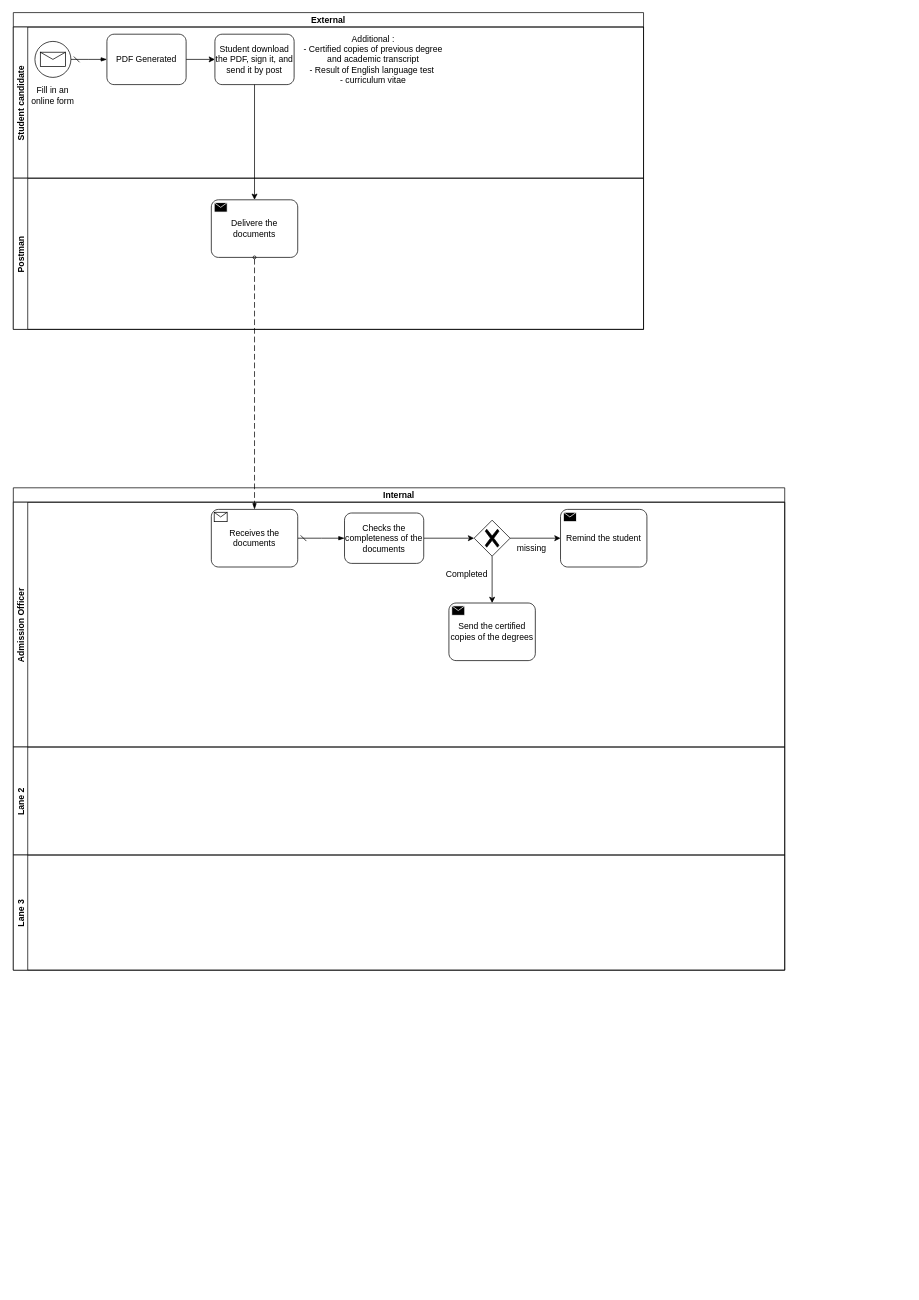
The draw.io diagram Untitled Diagram.drawio in FricoSimon/BPMN, before the edit. Source tidied: cells renumbered, new cells numbered last; positions are measured from the earlier drawing's top-left corner, leaving out a move shared by most shapes. Both pictures are drawn from the tidied source at 72%, with x=0, y=0 at pixel (13, 12).
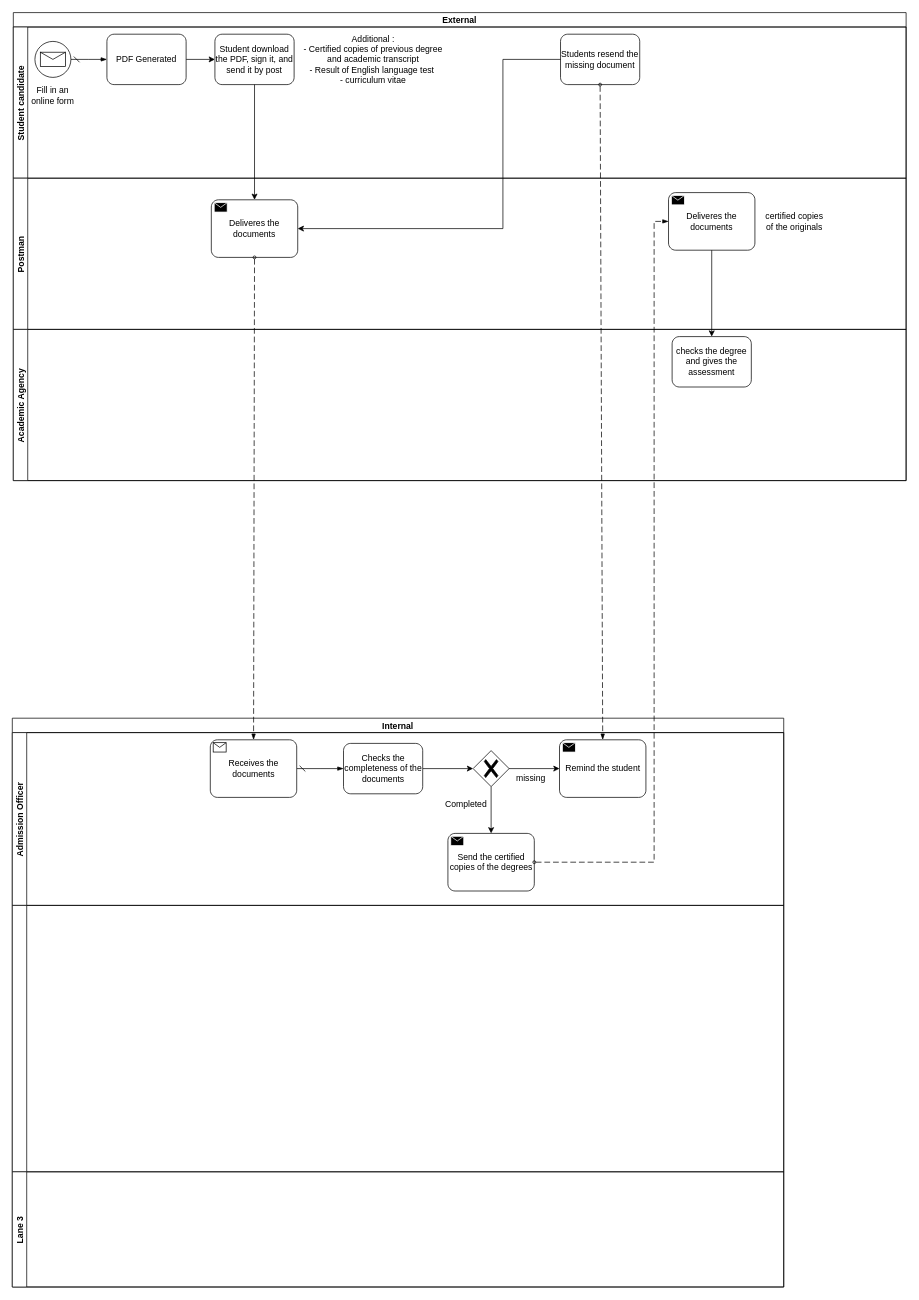
Above is the later version.

Unchanged cells that the change refers to:
```xml
<mxCell id="23" value="Send the certified copies of the degrees" style="points=[[0.25,0,0],[0.5,0,0],[0.75,0,0],[1,0.25,0],[1,0.5,0],[1,0.75,0],[0.75,1,0],[0.5,1,0],[0.25,1,0],[0,0.75,0],[0,0.5,0],[0,0.25,0]];shape=mxgraph.bpmn.task;whiteSpace=wrap;rectStyle=rounded;size=10;taskMarker=send;" parent="15" vertex="1">
  <mxGeometry x="605" y="140" width="120" height="80" as="geometry" />
</mxCell>
<mxCell id="25" value="Remind the student" style="points=[[0.25,0,0],[0.5,0,0],[0.75,0,0],[1,0.25,0],[1,0.5,0],[1,0.75,0],[0.75,1,0],[0.5,1,0],[0.25,1,0],[0,0.75,0],[0,0.5,0],[0,0.25,0]];shape=mxgraph.bpmn.task;whiteSpace=wrap;rectStyle=rounded;size=10;taskMarker=send;" parent="15" vertex="1">
  <mxGeometry x="760" y="10" width="120" height="80" as="geometry" />
</mxCell>
```

Change to the diagram source:
```diff
@@
     <mxCell id="2" value="External" style="swimlane;horizontal=1;startSize=20;" parent="1" vertex="1">
-      <mxGeometry width="875.3" height="440" as="geometry" />
+      <mxGeometry width="1240" height="650" as="geometry" />
     </mxCell>
     <mxCell id="3" value="Student candidate" style="swimlane;startSize=20;horizontal=0;" parent="2" vertex="1">
-      <mxGeometry y="20" width="875.3" height="210" as="geometry" />
+      <mxGeometry y="20" width="1240" height="210" as="geometry" />
     </mxCell>
@@
+    <mxCell id="30" value="Students resend the missing document" style="points=[[0.25,0,0],[0.5,0,0],[0.75,0,0],[1,0.25,0],[1,0.5,0],[1,0.75,0],[0.75,1,0],[0.5,1,0],[0.25,1,0],[0,0.75,0],[0,0.5,0],[0,0.25,0]];shape=mxgraph.bpmn.task;whiteSpace=wrap;rectStyle=rounded;size=10;taskMarker=abstract;" parent="3" vertex="1">
+      <mxGeometry x="760" y="10" width="110" height="70" as="geometry" />
+    </mxCell>
     <mxCell id="11" value="Postman" style="swimlane;startSize=20;horizontal=0;" parent="2" vertex="1">
-      <mxGeometry y="230" width="875.3" height="210" as="geometry" />
+      <mxGeometry y="230" width="1240" height="210" as="geometry" />
     </mxCell>
-    <mxCell id="12" value="Delivere the documents" style="points=[[0.25,0,0],[0.5,0,0],[0.75,0,0],[1,0.25,0],[1,0.5,0],[1,0.75,0],[0.75,1,0],[0.5,1,0],[0.25,1,0],[0,0.75,0],[0,0.5,0],[0,0.25,0]];shape=mxgraph.bpmn.task;whiteSpace=wrap;rectStyle=rounded;size=10;taskMarker=send;" parent="11" vertex="1">
+    <mxCell id="12" value="Deliveres the documents" style="points=[[0.25,0,0],[0.5,0,0],[0.75,0,0],[1,0.25,0],[1,0.5,0],[1,0.75,0],[0.75,1,0],[0.5,1,0],[0.25,1,0],[0,0.75,0],[0,0.5,0],[0,0.25,0]];shape=mxgraph.bpmn.task;whiteSpace=wrap;rectStyle=rounded;size=10;taskMarker=send;" parent="11" vertex="1">
       <mxGeometry x="275" y="30" width="120" height="80" as="geometry" />
     </mxCell>
+    <mxCell id="31" value="Deliveres the documents" style="points=[[0.25,0,0],[0.5,0,0],[0.75,0,0],[1,0.25,0],[1,0.5,0],[1,0.75,0],[0.75,1,0],[0.5,1,0],[0.25,1,0],[0,0.75,0],[0,0.5,0],[0,0.25,0]];shape=mxgraph.bpmn.task;whiteSpace=wrap;rectStyle=rounded;size=10;taskMarker=send;" parent="11" vertex="1">
+      <mxGeometry x="910" y="20" width="120" height="80" as="geometry" />
+    </mxCell>
+    <mxCell id="32" value="certified copies of the originals" style="text;html=1;strokeColor=none;fillColor=none;align=center;verticalAlign=middle;whiteSpace=wrap;rounded=0;" parent="11" vertex="1">
+      <mxGeometry x="1040" y="37.5" width="90" height="45" as="geometry" />
+    </mxCell>
+    <mxCell id="33" value="Academic Agency" style="swimlane;startSize=20;horizontal=0;" parent="2" vertex="1">
+      <mxGeometry y="440" width="1240" height="210" as="geometry" />
+    </mxCell>
+    <mxCell id="34" value="checks the degree and gives the assessment" style="points=[[0.25,0,0],[0.5,0,0],[0.75,0,0],[1,0.25,0],[1,0.5,0],[1,0.75,0],[0.75,1,0],[0.5,1,0],[0.25,1,0],[0,0.75,0],[0,0.5,0],[0,0.25,0]];shape=mxgraph.bpmn.task;whiteSpace=wrap;rectStyle=rounded;size=10;taskMarker=abstract;" parent="33" vertex="1">
+      <mxGeometry x="915" y="10" width="110" height="70" as="geometry" />
+    </mxCell>
@@
+    <mxCell id="35" style="edgeStyle=orthogonalEdgeStyle;rounded=0;jettySize=auto;html=1;entryX=1;entryY=0.5;entryDx=0;entryDy=0;entryPerimeter=0;" parent="2" edge="1" source="30" target="12">
+      <mxGeometry relative="1" as="geometry">
+        <Array as="points">
+          <mxPoint x="680" y="65" />
+          <mxPoint x="680" y="300" />
+        </Array>
+      </mxGeometry>
+    </mxCell>
+    <mxCell id="36" style="edgeStyle=orthogonalEdgeStyle;rounded=0;jettySize=auto;html=1;entryX=0.5;entryY=0;entryDx=0;entryDy=0;entryPerimeter=0;" parent="2" edge="1" source="31" target="34">
+      <mxGeometry relative="1" as="geometry" />
+    </mxCell>
     <mxCell id="14" value="Internal" style="swimlane;horizontal=1;startSize=20;" parent="1" vertex="1">
-      <mxGeometry y="660" width="1071.4" height="670" as="geometry" />
+      <mxGeometry x="-1.4" y="980" width="1071.4" height="790" as="geometry" />
     </mxCell>
     <mxCell id="15" value="Admission Officer" style="swimlane;startSize=20;horizontal=0;" parent="14" vertex="1">
-      <mxGeometry y="20" width="1071.4" height="340" as="geometry" />
+      <mxGeometry y="20" width="1071.4" height="240" as="geometry" />
     </mxCell>
@@
-    <mxCell id="27" value="Lane 2" style="swimlane;startSize=20;horizontal=0;" parent="14" vertex="1">
-      <mxGeometry y="360" width="1071.4" height="150" as="geometry" />
+    <mxCell id="27" style="swimlane;startSize=20;horizontal=0;" parent="14" vertex="1">
+      <mxGeometry y="260" width="1071.4" height="370" as="geometry" />
     </mxCell>
     <mxCell id="28" value="Lane 3" style="swimlane;startSize=20;horizontal=0;" parent="14" vertex="1">
-      <mxGeometry y="510" width="1071.4" height="160" as="geometry" />
+      <mxGeometry y="630" width="1071.4" height="160" as="geometry" />
     </mxCell>
@@
+    <mxCell id="37" style="dashed=1;dashPattern=8 4;endArrow=blockThin;endFill=1;startArrow=oval;startFill=0;endSize=6;startSize=4;rounded=0;exitX=0.5;exitY=1;exitDx=0;exitDy=0;exitPerimeter=0;entryX=0.5;entryY=0;entryDx=0;entryDy=0;entryPerimeter=0;" parent="1" edge="1" source="30" target="25">
+      <mxGeometry relative="1" as="geometry" />
+    </mxCell>
+    <mxCell id="38" style="dashed=1;dashPattern=8 4;endArrow=blockThin;endFill=1;startArrow=oval;startFill=0;endSize=6;startSize=4;rounded=0;exitX=1;exitY=0.5;exitDx=0;exitDy=0;exitPerimeter=0;entryX=0;entryY=0.5;entryDx=0;entryDy=0;entryPerimeter=0;edgeStyle=orthogonalEdgeStyle;" parent="1" edge="1" source="23" target="31">
+      <mxGeometry relative="1" as="geometry">
+        <Array as="points">
+          <mxPoint x="890" y="1180" />
+          <mxPoint x="890" y="290" />
+        </Array>
+      </mxGeometry>
+    </mxCell>
```
